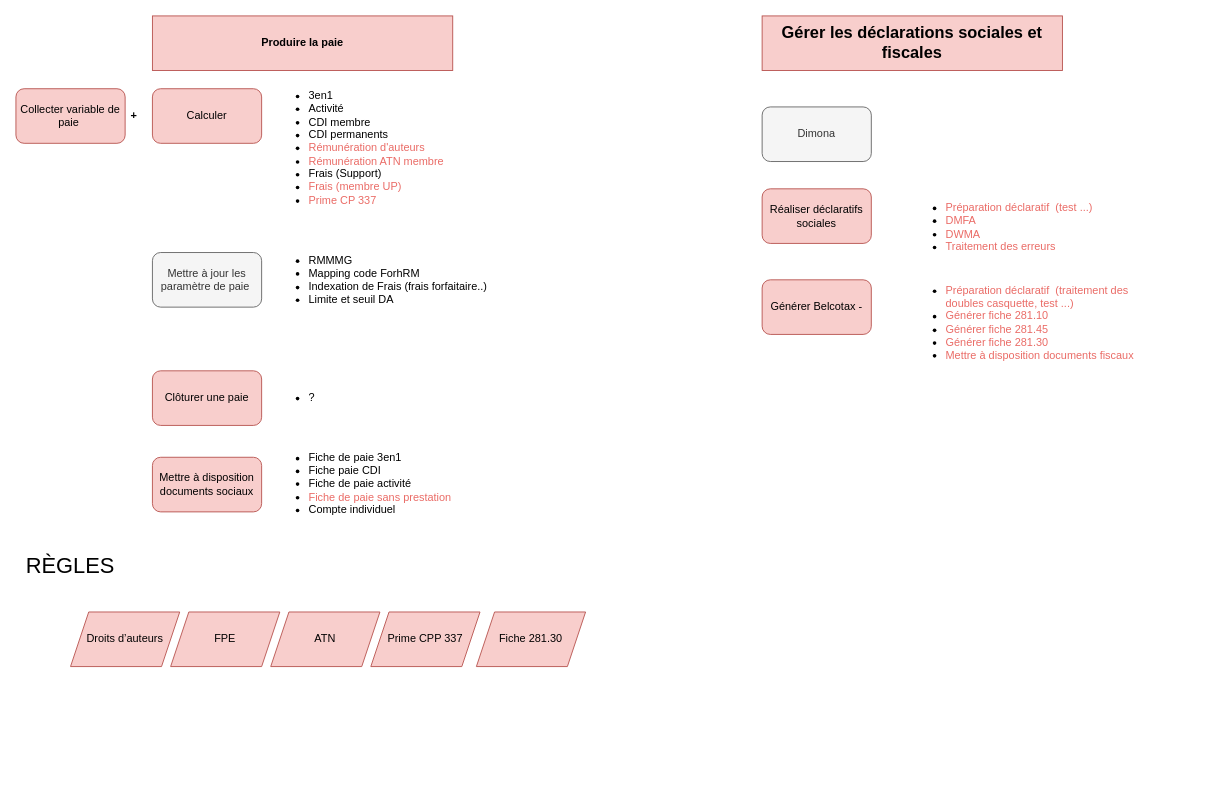
Earlier version of the draw.io diagram Découpage processus Payroll compliance .drawio (Idir-smart/SandBox). Source tidied: cells renumbered, new cells numbered last; positions are measured from the earlier drawing's top-left corner, leaving out a move shared by most shapes. Both pictures are drawn from the tidied source at 91%, with x=0, y=0 at pixel (15, 15).
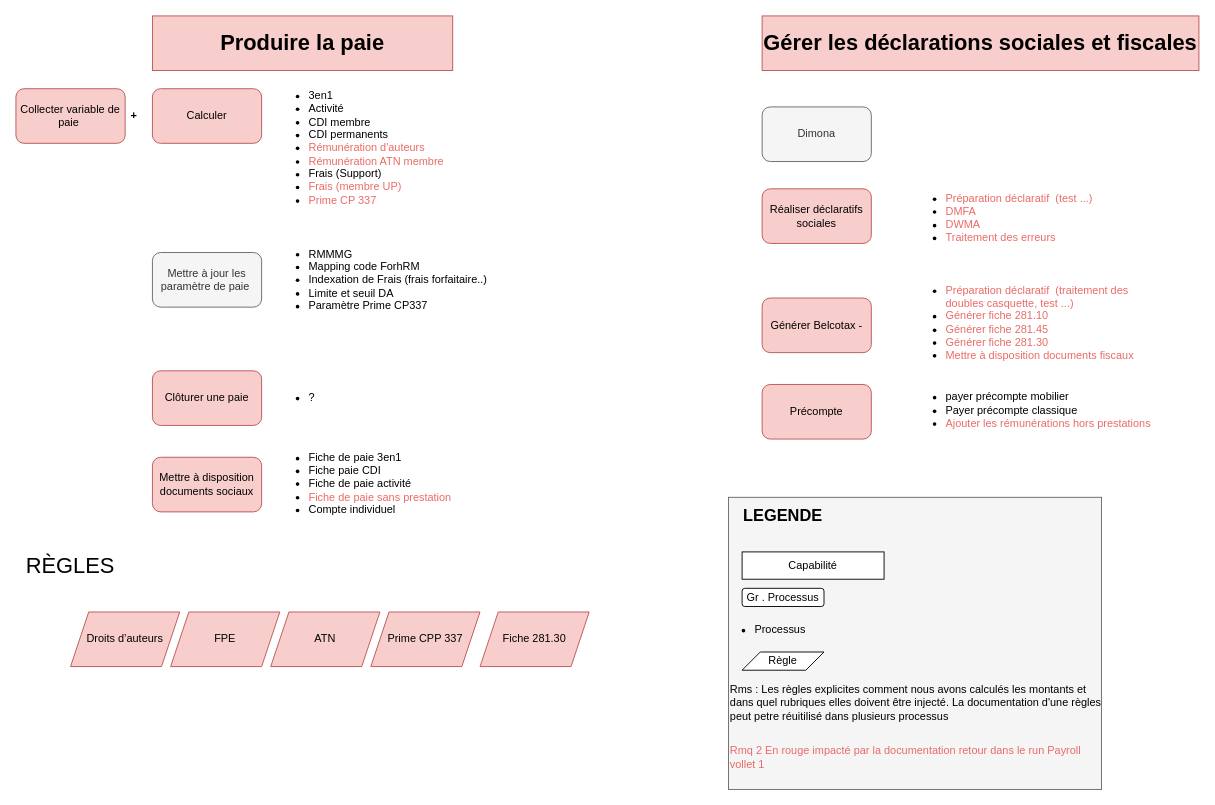
The same diagram, later.

Commit message (it also covers changes not shown here):
Mettre à jour Découpage processus Payroll compliance .drawio

What changed in the source:
```diff
@@
+    <mxCell id="25" style="rounded=0;whiteSpace=wrap;html=1;fillColor=#f5f5f5;fontColor=#333333;strokeColor=#666666;" parent="1" vertex="1">
+      <mxGeometry x="783" y="529" width="410" height="321" as="geometry" />
+    </mxCell>
-    <mxCell id="2" value="&lt;font style=&quot;font-size: 18px;&quot;&gt;&lt;b&gt;Gérer les déclarations sociales et fiscales &lt;/b&gt;&lt;/font&gt;" style="rounded=0;whiteSpace=wrap;html=1;fillColor=#f8cecc;strokeColor=#b85450;" parent="1" vertex="1">
-      <mxGeometry x="820" width="330" height="60" as="geometry" />
+    <mxCell id="2" value="&lt;font style=&quot;font-size: 24px;&quot;&gt;&lt;b&gt;Gérer les déclarations sociales et fiscales &lt;/b&gt;&lt;/font&gt;" style="rounded=0;whiteSpace=wrap;html=1;fillColor=#f8cecc;strokeColor=#b85450;" parent="1" vertex="1">
+      <mxGeometry x="820" width="480" height="60" as="geometry" />
     </mxCell>
@@
-    <mxCell id="5" value="&lt;b&gt;Produire la paie&lt;/b&gt;" style="rounded=0;whiteSpace=wrap;html=1;fillColor=#f8cecc;strokeColor=#b85450;" parent="1" vertex="1">
+    <mxCell id="5" value="&lt;font style=&quot;font-size: 24px;&quot;&gt;&lt;b&gt;Produire la paie&lt;/b&gt;&lt;/font&gt;" style="rounded=0;whiteSpace=wrap;html=1;fillColor=#f8cecc;strokeColor=#b85450;" parent="1" vertex="1">
       <mxGeometry x="150" width="330" height="60" as="geometry" />
     </mxCell>
@@
     <mxCell id="9" value="Générer Belcotax - " style="rounded=1;whiteSpace=wrap;html=1;fillColor=#f8cecc;strokeColor=#b85450;" parent="1" vertex="1">
-      <mxGeometry x="820" y="290" width="120" height="60" as="geometry" />
+      <mxGeometry x="820" y="310" width="120" height="60" as="geometry" />
     </mxCell>
@@
-    <mxCell id="13" value="&lt;div align=&quot;left&quot;&gt;&lt;ul&gt;&lt;li&gt;RMMMG &lt;br&gt;&lt;/li&gt;&lt;li&gt;Mapping code ForhRM&lt;/li&gt;&lt;li&gt;Indexation de Frais (frais forfaitaire..)&amp;nbsp; &lt;br&gt;&lt;/li&gt;&lt;li&gt;Limite et seuil DA &lt;br&gt;&lt;/li&gt;&lt;/ul&gt;&lt;/div&gt;" style="text;html=1;align=left;verticalAlign=middle;whiteSpace=wrap;rounded=0;" parent="1" vertex="1">
+    <mxCell id="13" value="&lt;div align=&quot;left&quot;&gt;&lt;ul&gt;&lt;li&gt;RMMMG &lt;br&gt;&lt;/li&gt;&lt;li&gt;Mapping code ForhRM&lt;/li&gt;&lt;li&gt;Indexation de Frais (frais forfaitaire..)&amp;nbsp; &lt;br&gt;&lt;/li&gt;&lt;li&gt;Limite et seuil DA &lt;br&gt;&lt;/li&gt;&lt;li&gt;Paramètre Prime CP337&lt;/li&gt;&lt;/ul&gt;&lt;/div&gt;" style="text;html=1;align=left;verticalAlign=middle;whiteSpace=wrap;rounded=0;" parent="1" vertex="1">
       <mxGeometry x="280" y="275" width="250" height="30" as="geometry" />
     </mxCell>
@@
     <mxCell id="20" value="&lt;div align=&quot;left&quot;&gt;&lt;br&gt;&lt;/div&gt;&lt;div align=&quot;left&quot;&gt;&lt;ul&gt;&lt;li&gt;&lt;span style=&quot;color: rgb(234, 107, 102);&quot;&gt;Préparation déclaratif&amp;nbsp; (test ...)&lt;/span&gt;&lt;/li&gt;&lt;li&gt;&lt;span style=&quot;color: rgb(234, 107, 102);&quot;&gt;DMFA&lt;/span&gt;&lt;/li&gt;&lt;li&gt;&lt;span style=&quot;color: rgb(234, 107, 102);&quot;&gt;DWMA&lt;/span&gt;&lt;/li&gt;&lt;li&gt;&lt;span style=&quot;color: rgb(234, 107, 102);&quot;&gt;Traitement des erreurs&lt;/span&gt;&lt;/li&gt;&lt;/ul&gt;&lt;/div&gt;" style="text;html=1;align=left;verticalAlign=middle;whiteSpace=wrap;rounded=0;" parent="1" vertex="1">
-      <mxGeometry x="980" y="210" width="250" height="30" as="geometry" />
+      <mxGeometry x="980" y="200" width="250" height="30" as="geometry" />
     </mxCell>
@@
     <mxCell id="24" value="Fiche 281.30" style="shape=parallelogram;perimeter=parallelogramPerimeter;whiteSpace=wrap;html=1;fixedSize=1;fillColor=#f8cecc;strokeColor=#b85450;" parent="1" vertex="1">
-      <mxGeometry x="506" y="655" width="120" height="60" as="geometry" />
+      <mxGeometry x="510" y="655" width="120" height="60" as="geometry" />
     </mxCell>
+    <mxCell id="26" value="Capabilité" style="rounded=0;whiteSpace=wrap;html=1;" parent="1" vertex="1">
+      <mxGeometry x="798" y="589" width="156" height="30" as="geometry" />
+    </mxCell>
+    <mxCell id="27" value="&lt;div align=&quot;left&quot;&gt;&lt;ul&gt;&lt;li&gt;Processus&lt;/li&gt;&lt;/ul&gt;&lt;/div&gt;" style="text;whiteSpace=wrap;html=1;" parent="1" vertex="1">
+      <mxGeometry x="770" y="649" width="94" height="40" as="geometry" />
+    </mxCell>
+    <mxCell id="28" value="Règle" style="shape=parallelogram;perimeter=parallelogramPerimeter;whiteSpace=wrap;html=1;fixedSize=1;" parent="1" vertex="1">
+      <mxGeometry x="798" y="699" width="90" height="20" as="geometry" />
+    </mxCell>
+    <mxCell id="29" value="Gr . Processus" style="rounded=1;whiteSpace=wrap;html=1;" parent="1" vertex="1">
+      <mxGeometry x="798" y="629" width="90" height="20" as="geometry" />
+    </mxCell>
+    <mxCell id="30" value="&lt;font style=&quot;font-size: 18px;&quot;&gt;&lt;b&gt;LEGENDE&lt;/b&gt;&lt;/font&gt;" style="text;html=1;align=center;verticalAlign=middle;whiteSpace=wrap;rounded=0;" parent="1" vertex="1">
+      <mxGeometry x="813" y="539" width="60" height="20" as="geometry" />
+    </mxCell>
+    <mxCell id="31" value="&lt;span style=&quot;color: rgb(234, 107, 102);&quot;&gt;Rmq 2 En rouge impacté par la documentation retour dans le run Payroll vollet 1 &lt;br&gt;&lt;/span&gt;" style="text;html=1;align=left;verticalAlign=middle;whiteSpace=wrap;rounded=0;" parent="1" vertex="1">
+      <mxGeometry x="783" y="800" width="410" height="30" as="geometry" />
+    </mxCell>
+    <mxCell id="32" value="Précompte" style="rounded=1;whiteSpace=wrap;html=1;fillColor=#f8cecc;strokeColor=#b85450;" parent="1" vertex="1">
+      <mxGeometry x="820" y="405" width="120" height="60" as="geometry" />
+    </mxCell>
+    <mxCell id="33" value="&lt;div align=&quot;left&quot;&gt;&lt;br&gt;&lt;ul&gt;&lt;li&gt;payer précompte mobilier &lt;br&gt;&lt;/li&gt;&lt;li&gt;Payer précompte classique&lt;/li&gt;&lt;li&gt;&lt;span style=&quot;color: rgb(234, 107, 102);&quot;&gt;Ajouter les rémunérations hors prestations &lt;br&gt;&lt;/span&gt;&lt;/li&gt;&lt;/ul&gt;&lt;/div&gt;" style="text;whiteSpace=wrap;html=1;" parent="1" vertex="1">
+      <mxGeometry x="980" y="379" width="270" height="120" as="geometry" />
+    </mxCell>
+    <mxCell id="34" value="&lt;div align=&quot;left&quot;&gt;Rms : Les règles explicites comment nous avons calculés les montants et dans quel rubriques elles doivent être injecté. La documentation d'une règles peut petre réuitilisé dans plusieurs processus &lt;br&gt;&lt;/div&gt;" style="text;html=1;align=left;verticalAlign=middle;whiteSpace=wrap;rounded=0;" parent="1" vertex="1">
+      <mxGeometry x="783" y="740" width="410" height="30" as="geometry" />
+    </mxCell>
```
